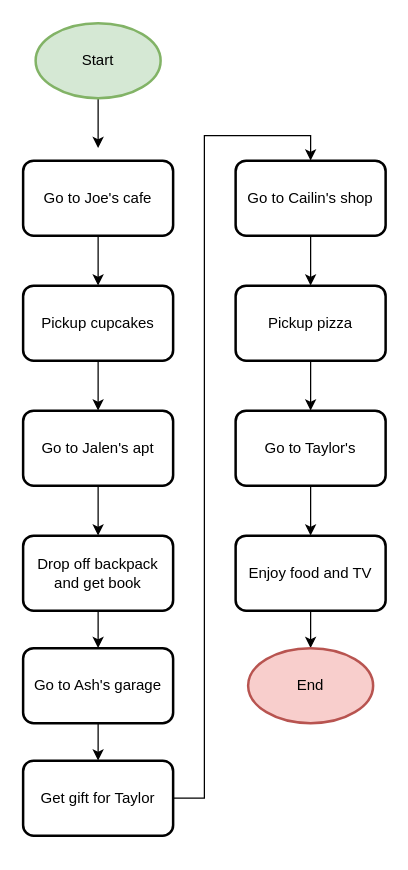
Earlier version of the draw.io diagram Untitled Diagram.drawio (ferthelet/techlelevator). Source tidied: cells renumbered, new cells numbered last; positions are measured from the earlier drawing's top-left corner, leaving out a move shared by most shapes. Both pictures are drawn from the tidied source at 125%, with x=0, y=0 at pixel (22, 22).
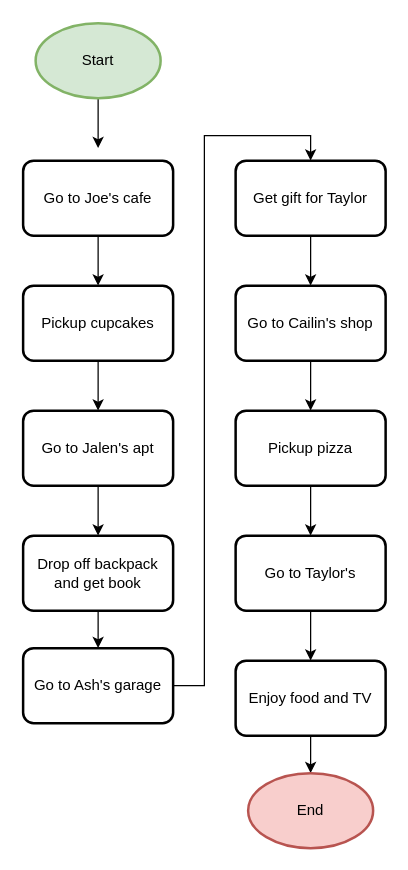
After the change.

Unchanged cells that the change refers to:
```xml
<mxCell id="13" value="Go to Ash's garage" style="rounded=1;whiteSpace=wrap;html=1;arcSize=14;strokeWidth=2;" parent="1" vertex="1">
  <mxGeometry y="500" width="120" height="60" as="geometry" />
</mxCell>
```

Diff of the diagram source:
```diff
@@
-    <mxCell id="12" style="edgeStyle=orthogonalEdgeStyle;rounded=0;jettySize=auto;html=1;" parent="1" edge="1" source="13" target="15">
+    <mxCell id="12" style="edgeStyle=orthogonalEdgeStyle;rounded=0;jettySize=auto;html=1;entryX=0.5;entryY=0;entryDx=0;entryDy=0;" parent="1" edge="1" source="13" target="15">
       <mxGeometry relative="1" as="geometry" />
     </mxCell>
@@
     <mxCell id="15" value="Get gift for Taylor" style="rounded=1;whiteSpace=wrap;html=1;arcSize=14;strokeWidth=2;" parent="1" vertex="1">
-      <mxGeometry y="590" width="120" height="60" as="geometry" />
+      <mxGeometry x="170" y="110" width="120" height="60" as="geometry" />
     </mxCell>
@@
     <mxCell id="17" value="Go to Cailin's shop" style="rounded=1;whiteSpace=wrap;html=1;arcSize=14;strokeWidth=2;" parent="1" vertex="1">
-      <mxGeometry x="170" y="110" width="120" height="60" as="geometry" />
+      <mxGeometry x="170" y="210" width="120" height="60" as="geometry" />
     </mxCell>
@@
     <mxCell id="19" value="Pickup pizza" style="rounded=1;whiteSpace=wrap;html=1;arcSize=14;strokeWidth=2;" parent="1" vertex="1">
-      <mxGeometry x="170" y="210" width="120" height="60" as="geometry" />
+      <mxGeometry x="170" y="310" width="120" height="60" as="geometry" />
     </mxCell>
@@
     <mxCell id="21" value="Go to Taylor's" style="rounded=1;whiteSpace=wrap;html=1;arcSize=14;strokeWidth=2;" parent="1" vertex="1">
-      <mxGeometry x="170" y="310" width="120" height="60" as="geometry" />
+      <mxGeometry x="170" y="410" width="120" height="60" as="geometry" />
     </mxCell>
@@
     <mxCell id="23" value="Enjoy food and TV" style="rounded=1;whiteSpace=wrap;html=1;arcSize=14;strokeWidth=2;" parent="1" vertex="1">
-      <mxGeometry x="170" y="410" width="120" height="60" as="geometry" />
+      <mxGeometry x="170" y="510" width="120" height="60" as="geometry" />
     </mxCell>
     <mxCell id="24" value="End" style="strokeWidth=2;html=1;shape=mxgraph.flowchart.start_1;whiteSpace=wrap;fillColor=#f8cecc;strokeColor=#b85450;" parent="1" vertex="1">
-      <mxGeometry x="180" y="500" width="100" height="60" as="geometry" />
+      <mxGeometry x="180" y="600" width="100" height="60" as="geometry" />
     </mxCell>
```
